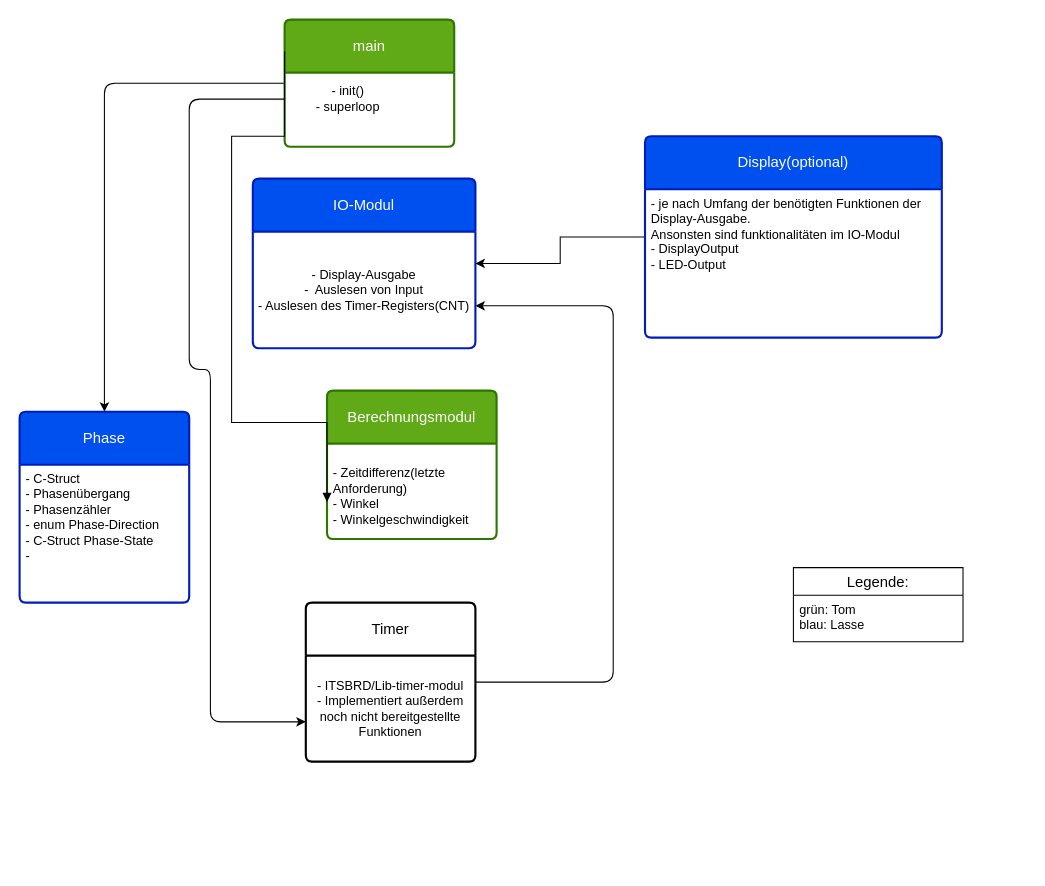
Above: Programs/Drehgeber/Modulkonzept.drawio in eljollo/ITS-BRD-VSC (draw.io), before the change. Source tidied: cells renumbered, new cells numbered last; positions are measured from the earlier drawing's top-left corner, leaving out a move shared by most shapes. Both pictures are drawn from the tidied source at 106%, with x=0, y=0 at pixel (19, 19).
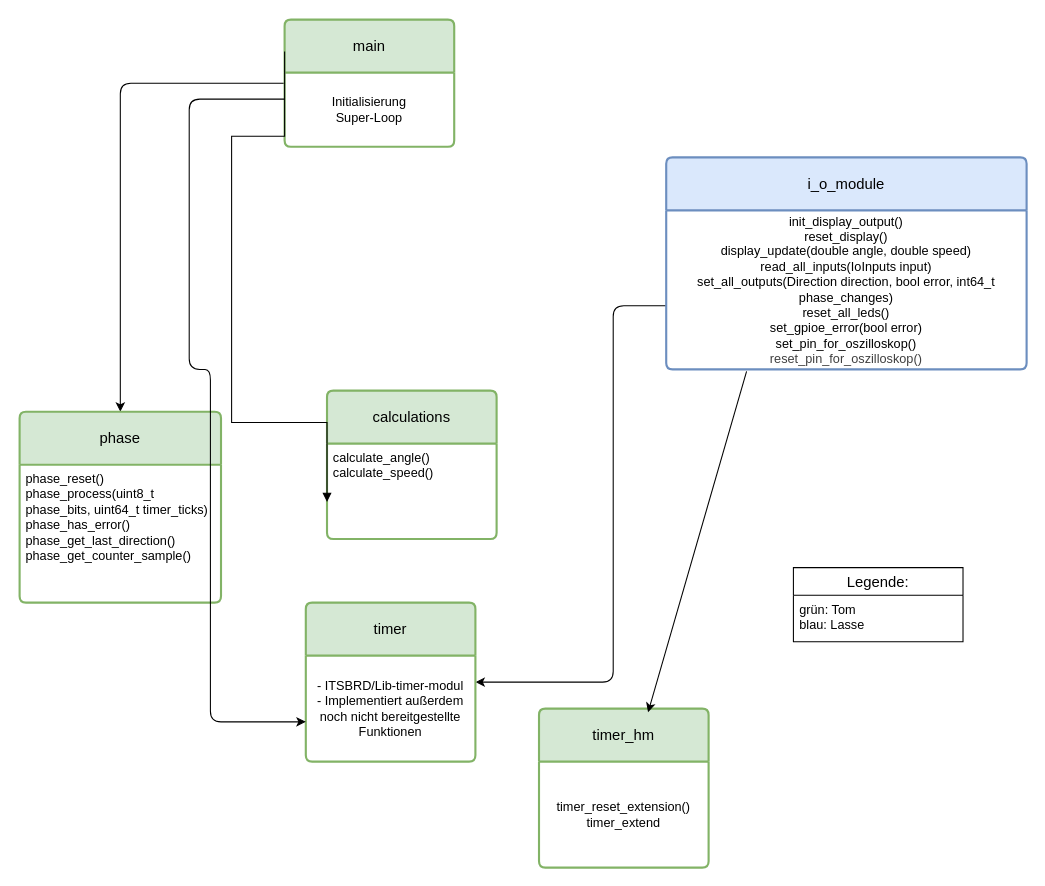
The same diagram, later.

Diff of the diagram source:
```diff
@@
-    <mxCell id="3" value="main" style="swimlane;horizontal=1;startSize=50;rounded=1;fontSize=14;fontStyle=0;strokeWidth=2;shadow=0;dashed=0;align=center;arcSize=4;whiteSpace=wrap;html=1;fillColor=#60a917;fontColor=#ffffff;strokeColor=#2D7600;" parent="1" vertex="1">
+    <mxCell id="3" value="main" style="swimlane;horizontal=1;startSize=50;rounded=1;fontSize=14;fontStyle=0;strokeWidth=2;shadow=0;dashed=0;align=center;arcSize=4;whiteSpace=wrap;html=1;fillColor=#d5e8d4;strokeColor=#82b366;" parent="1" vertex="1">
       <mxGeometry x="250" width="160" height="120" as="geometry" />
     </mxCell>
-    <mxCell id="4" value="Phase" style="swimlane;horizontal=1;startSize=50;rounded=1;fontSize=14;fontStyle=0;strokeWidth=2;shadow=0;dashed=0;align=center;arcSize=4;whiteSpace=wrap;html=1;fillColor=#0050ef;fontColor=#ffffff;strokeColor=#001DBC;" parent="1" vertex="1">
-      <mxGeometry y="370" width="160" height="180" as="geometry" />
+    <mxCell id="4" value="phase" style="swimlane;horizontal=1;startSize=50;rounded=1;fontSize=14;fontStyle=0;strokeWidth=2;shadow=0;dashed=0;align=center;arcSize=4;whiteSpace=wrap;html=1;fillColor=#d5e8d4;strokeColor=#82b366;" parent="1" vertex="1">
+      <mxGeometry y="370" width="190" height="180" as="geometry" />
     </mxCell>
-    <mxCell id="5" value="- C-Struct&lt;div&gt;- Phasenübergang&lt;br&gt;- Phasenzähler&lt;/div&gt;&lt;div&gt;- enum Phase-Direction&lt;br&gt;- C-Struct Phase-State&lt;br&gt;-&amp;nbsp;&lt;/div&gt;" style="align=left;strokeColor=none;fillColor=none;spacingLeft=4;spacingRight=4;fontSize=12;verticalAlign=top;html=1;whiteSpace=wrap;" parent="4" vertex="1">
-      <mxGeometry y="50" width="160" height="130" as="geometry" />
+    <mxCell id="5" value="phase_reset()&lt;div&gt;phase_process(uint8_t phase_bits, uint64_t timer_ticks)&lt;/div&gt;&lt;div&gt;phase_has_error()&lt;/div&gt;&lt;div&gt;phase_get_last_direction()&lt;/div&gt;&lt;div&gt;phase_get_counter_sample()&lt;/div&gt;" style="align=left;strokeColor=none;fillColor=none;spacingLeft=4;spacingRight=4;fontSize=12;verticalAlign=top;html=1;whiteSpace=wrap;" parent="4" vertex="1">
+      <mxGeometry y="50" width="190" height="130" as="geometry" />
     </mxCell>
-    <mxCell id="6" style="edgeStyle=orthogonalEdgeStyle;html=1;entryX=1;entryY=0.75;entryDx=0;entryDy=0;" parent="1" edge="1" source="7" target="11">
-      <mxGeometry x="-0.03" relative="1" as="geometry">
+    <mxCell id="6" style="edgeStyle=orthogonalEdgeStyle;html=1;endArrow=none;endFill=0;startArrow=classic;startFill=1;" parent="1" edge="1" source="7" target="12">
+      <mxGeometry x="0.6" relative="1" as="geometry">
         <Array as="points">
           <mxPoint x="560" y="625" />
           <mxPoint x="560" y="270" />
         </Array>
       </mxGeometry>
     </mxCell>
-    <mxCell id="7" value="Timer" style="swimlane;horizontal=1;startSize=50;rounded=1;fontSize=14;fontStyle=0;strokeWidth=2;shadow=0;dashed=0;align=center;arcSize=4;whiteSpace=wrap;html=1;" parent="1" vertex="1">
+    <mxCell id="7" value="timer" style="swimlane;horizontal=1;startSize=50;rounded=1;fontSize=14;fontStyle=0;strokeWidth=2;shadow=0;dashed=0;align=center;arcSize=4;whiteSpace=wrap;html=1;fillColor=#d5e8d4;strokeColor=#82b366;" parent="1" vertex="1">
       <mxGeometry x="270" y="550" width="160" height="150" as="geometry" />
     </mxCell>
@@
-    <mxCell id="9" value="Berechnungsmodul" style="swimlane;horizontal=1;startSize=50;rounded=1;fontSize=14;fontStyle=0;strokeWidth=2;shadow=0;dashed=0;align=center;arcSize=4;whiteSpace=wrap;html=1;fillColor=#60a917;fontColor=#ffffff;strokeColor=#2D7600;" parent="1" vertex="1">
+    <mxCell id="9" value="calculations" style="swimlane;horizontal=1;startSize=50;rounded=1;fontSize=14;fontStyle=0;strokeWidth=2;shadow=0;dashed=0;align=center;arcSize=4;whiteSpace=wrap;html=1;fillColor=#d5e8d4;strokeColor=#82b366;" parent="1" vertex="1">
       <mxGeometry x="290" y="350" width="160" height="140" as="geometry" />
     </mxCell>
-    <mxCell id="10" value="&lt;br&gt;&lt;div&gt;- Zeitdifferenz(letzte Anforderung)&lt;/div&gt;&lt;div&gt;- Winkel&lt;br&gt;- Winkelgeschwindigkeit&lt;/div&gt;" style="align=left;strokeColor=none;fillColor=none;spacingLeft=4;spacingRight=4;fontSize=12;verticalAlign=top;html=1;whiteSpace=wrap;" parent="9" vertex="1">
+    <mxCell id="10" value="calculate_angle()&lt;div&gt;calculate_speed()&lt;/div&gt;" style="align=left;strokeColor=none;fillColor=none;spacingLeft=4;spacingRight=4;fontSize=12;verticalAlign=top;html=1;whiteSpace=wrap;" parent="9" vertex="1">
       <mxGeometry y="50" width="160" height="90" as="geometry" />
     </mxCell>
-    <mxCell id="11" value="IO-Modul" style="swimlane;horizontal=1;startSize=50;rounded=1;fontSize=14;fontStyle=0;strokeWidth=2;shadow=0;dashed=0;align=center;arcSize=4;whiteSpace=wrap;html=1;fillColor=#0050ef;fontColor=#ffffff;strokeColor=#001DBC;" parent="1" vertex="1">
-      <mxGeometry x="220" y="150" width="210" height="160" as="geometry" />
+    <mxCell id="11" value="i_o_module" style="swimlane;horizontal=1;startSize=50;rounded=1;fontSize=14;fontStyle=0;strokeWidth=2;shadow=0;dashed=0;align=center;arcSize=4;whiteSpace=wrap;html=1;fillColor=#dae8fc;strokeColor=#6c8ebf;" parent="1" vertex="1">
+      <mxGeometry x="610" y="130" width="340" height="200" as="geometry" />
     </mxCell>
-    <mxCell id="12" value="- Display-Ausgabe&lt;div&gt;-&amp;nbsp; Auslesen von Input&lt;br&gt;&lt;/div&gt;&lt;div&gt;- Auslesen des Timer-Registers(CNT)&lt;/div&gt;" style="text;html=1;whiteSpace=wrap;strokeColor=none;fillColor=none;align=center;verticalAlign=middle;rounded=0;" parent="11" vertex="1">
-      <mxGeometry y="50" width="210" height="110" as="geometry" />
+    <mxCell id="12" value="&lt;div&gt;init_display_output()&lt;/div&gt;&lt;div&gt;reset_display()&lt;/div&gt;&lt;div&gt;display_update(double angle, double speed)&lt;/div&gt;&lt;div&gt;read_all_inputs(IoInputs input)&lt;/div&gt;&lt;div&gt;set_all_outputs(Direction direction, bool error, int64_t phase_changes)&lt;/div&gt;&lt;div&gt;reset_all_leds()&lt;/div&gt;&lt;div&gt;set_gpioe_error(bool error)&lt;/div&gt;&lt;div&gt;set_pin_for_oszilloskop()&lt;/div&gt;&lt;div&gt;&lt;span style=&quot;color: rgb(63, 63, 63);&quot;&gt;reset_pin_for_oszilloskop()&lt;/span&gt;&lt;/div&gt;" style="text;html=1;whiteSpace=wrap;strokeColor=none;fillColor=none;align=center;verticalAlign=middle;rounded=0;" parent="11" vertex="1">
+      <mxGeometry y="50" width="340" height="150" as="geometry" />
     </mxCell>
@@
-    <mxCell id="14" value="- init()&lt;div&gt;- superloop&lt;/div&gt;" style="text;html=1;whiteSpace=wrap;strokeColor=none;fillColor=none;align=center;verticalAlign=middle;rounded=0;" parent="1" vertex="1">
-      <mxGeometry x="260" y="60" width="100" height="30" as="geometry" />
-    </mxCell>
@@
-    <mxCell id="16" style="edgeStyle=orthogonalEdgeStyle;rounded=0;jettySize=auto;html=1;defaultLabelBackgroundColor=page;entryX=1;entryY=0.5;entryDx=0;entryDy=0;" parent="1" edge="1" source="17" target="11">
-      <mxGeometry x="-0.13" relative="1" as="geometry" />
-    </mxCell>
-    <mxCell id="17" value="Display(optional)" style="swimlane;horizontal=1;startSize=50;rounded=1;fontSize=14;fontStyle=0;strokeWidth=2;shadow=0;dashed=0;align=center;arcSize=4;whiteSpace=wrap;html=1;fillColor=#0050ef;fontColor=#ffffff;strokeColor=#001DBC;" parent="1" vertex="1">
-      <mxGeometry x="590" y="110" width="280" height="190" as="geometry" />
-    </mxCell>
-    <mxCell id="18" value="- je nach Umfang der benötigten Funktionen der Display-Ausgabe.&lt;br&gt;Ansonsten sind funktionalitäten im IO-Modul&lt;div&gt;- DisplayOutput&lt;br&gt;- LED-Output&lt;/div&gt;" style="align=left;strokeColor=none;fillColor=none;spacingLeft=4;spacingRight=4;fontSize=12;verticalAlign=top;html=1;whiteSpace=wrap;" parent="17" vertex="1">
-      <mxGeometry y="50" width="280" height="140" as="geometry" />
-    </mxCell>
@@
+    <mxCell id="21" value="timer_hm" style="swimlane;horizontal=1;startSize=50;rounded=1;fontSize=14;fontStyle=0;strokeWidth=2;shadow=0;dashed=0;align=center;arcSize=4;whiteSpace=wrap;html=1;fillColor=#d5e8d4;strokeColor=#82b366;" parent="1" vertex="1">
+      <mxGeometry x="490" y="650" width="160" height="150" as="geometry" />
+    </mxCell>
+    <mxCell id="22" value="&lt;div&gt;timer_reset_extension()&lt;/div&gt;&lt;div&gt;timer_extend&lt;/div&gt;" style="text;html=1;whiteSpace=wrap;strokeColor=none;fillColor=none;align=center;verticalAlign=middle;rounded=0;" parent="21" vertex="1">
+      <mxGeometry y="50" width="160" height="100" as="geometry" />
+    </mxCell>
+    <mxCell id="23" style="endArrow=none;html=1;entryX=0.223;entryY=1.012;entryDx=0;entryDy=0;entryPerimeter=0;exitX=0.643;exitY=0.023;exitDx=0;exitDy=0;exitPerimeter=0;startArrow=classic;startFill=1;" parent="1" edge="1" source="21" target="12">
+      <mxGeometry relative="1" as="geometry" />
+    </mxCell>
+    <mxCell id="24" value="Initialisierung&lt;div&gt;Super-Loop&lt;/div&gt;" style="text;html=1;whiteSpace=wrap;strokeColor=none;fillColor=none;align=center;verticalAlign=middle;rounded=0;" parent="1" vertex="1">
+      <mxGeometry x="300" y="70" width="60" height="30" as="geometry" />
+    </mxCell>
```
